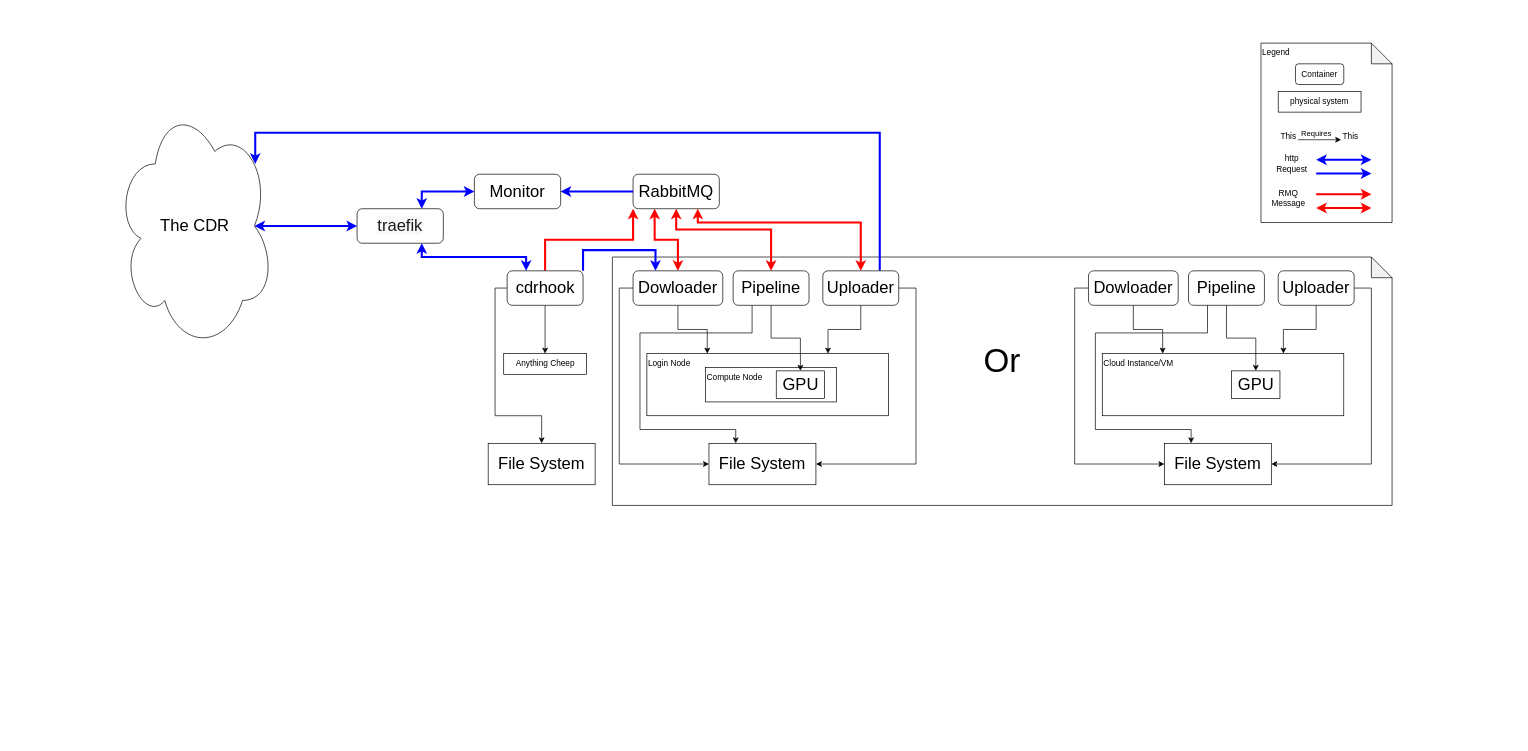
The draw.io diagram SystemDiagram.drawio in DARPA-CRITICALMAAS/uiuc-cdr, before the edit. Source tidied: cells renumbered, new cells numbered last; positions are measured from the earlier drawing's top-left corner, leaving out a move shared by most shapes. Both pictures are drawn from the tidied source at 69%, with x=0, y=0 at pixel (115, 43).
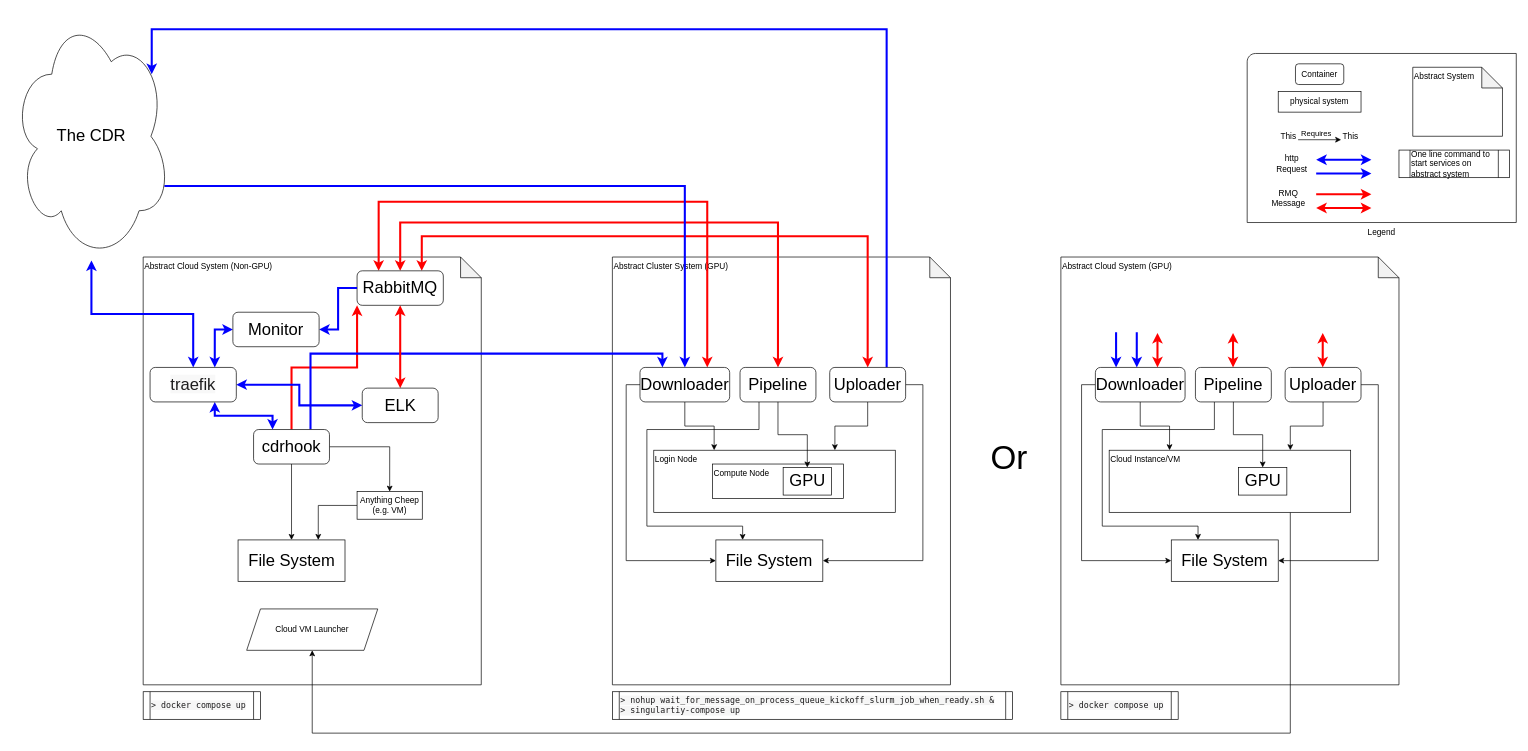
The same diagram, later.

Commit message:
adding ELK and oneliners

Change to the diagram source:
```diff
@@
+    <mxCell id="61" value="Legend" style="verticalLabelPosition=bottom;verticalAlign=top;html=1;shape=mxgraph.basic.corner_round_rect;dx=6;whiteSpace=wrap;" parent="1" vertex="1">
+      <mxGeometry x="1640" y="15" width="390" height="245" as="geometry" />
+    </mxCell>
+    <mxCell id="62" value="Abstract Cloud System (GPU)" style="shape=note;whiteSpace=wrap;html=1;backgroundOutline=1;darkOpacity=0.05;align=left;verticalAlign=top;" parent="1" vertex="1">
+      <mxGeometry x="1370" y="310" width="490" height="620" as="geometry" />
+    </mxCell>
+    <mxCell id="63" value="Abstract Cloud System (Non-GPU)" style="shape=note;whiteSpace=wrap;html=1;backgroundOutline=1;darkOpacity=0.05;verticalAlign=top;align=left;" parent="1" vertex="1">
+      <mxGeometry x="40" y="310" width="490" height="620" as="geometry" />
+    </mxCell>
-    <mxCell id="2" style="shape=note;whiteSpace=wrap;html=1;backgroundOutline=1;darkOpacity=0.05;" parent="1" vertex="1">
-      <mxGeometry x="720" y="310" width="1130" height="360" as="geometry" />
+    <mxCell id="2" value="Abstract Cluster System (GPU)" style="shape=note;whiteSpace=wrap;html=1;backgroundOutline=1;darkOpacity=0.05;align=left;verticalAlign=top;" parent="1" vertex="1">
+      <mxGeometry x="720" y="310" width="490" height="620" as="geometry" />
     </mxCell>
-    <mxCell id="3" value="Legend" style="shape=note;whiteSpace=wrap;html=1;backgroundOutline=1;darkOpacity=0.05;align=left;verticalAlign=top;" parent="1" vertex="1">
-      <mxGeometry x="1660" width="190" height="260" as="geometry" />
+    <mxCell id="3" value="Abstract System" style="shape=note;whiteSpace=wrap;html=1;backgroundOutline=1;darkOpacity=0.05;align=left;verticalAlign=top;" parent="1" vertex="1">
+      <mxGeometry x="1880" y="35" width="130" height="100" as="geometry" />
     </mxCell>
     <mxCell id="4" style="edgeStyle=orthogonalEdgeStyle;rounded=0;jettySize=auto;html=1;entryX=0.5;entryY=0;entryDx=0;entryDy=0;" parent="1" edge="1" source="8" target="23">
-      <mxGeometry relative="1" as="geometry">
-        <Array as="points">
-          <mxPoint x="550" y="355" />
-          <mxPoint x="550" y="540" />
-          <mxPoint x="618" y="540" />
-        </Array>
-      </mxGeometry>
+      <mxGeometry relative="1" as="geometry" />
     </mxCell>
@@
-    <mxCell id="7" style="edgeStyle=orthogonalEdgeStyle;rounded=0;jettySize=auto;html=1;entryX=0.25;entryY=0;entryDx=0;entryDy=0;strokeWidth=3;strokeColor=#0000FF;exitX=1;exitY=0;exitDx=0;exitDy=0;" parent="1" edge="1" source="8" target="12">
-      <mxGeometry relative="1" as="geometry">
-        <Array as="points">
-          <mxPoint x="678" y="300" />
-          <mxPoint x="783" y="300" />
-        </Array>
-      </mxGeometry>
+    <mxCell id="7" style="edgeStyle=orthogonalEdgeStyle;rounded=0;jettySize=auto;html=1;entryX=0.25;entryY=0;entryDx=0;entryDy=0;strokeWidth=3;strokeColor=#0000FF;exitX=0.75;exitY=0;exitDx=0;exitDy=0;" parent="1" edge="1" source="8" target="12">
+      <mxGeometry relative="1" as="geometry" />
     </mxCell>
     <mxCell id="8" value="cdrhook" style="rounded=1;whiteSpace=wrap;html=1;fontSize=24;" parent="1" vertex="1">
-      <mxGeometry x="567.5" y="330" width="110" height="50" as="geometry" />
+      <mxGeometry x="200" y="560" width="110" height="50" as="geometry" />
     </mxCell>
     <mxCell id="9" style="edgeStyle=orthogonalEdgeStyle;rounded=0;jettySize=auto;html=1;entryX=0;entryY=0.5;entryDx=0;entryDy=0;" parent="1" edge="1" source="12" target="22">
       <mxGeometry relative="1" as="geometry">
         <Array as="points">
-          <mxPoint x="730" y="355" />
-          <mxPoint x="730" y="610" />
+          <mxPoint x="740" y="495" />
+          <mxPoint x="740" y="750" />
         </Array>
       </mxGeometry>
     </mxCell>
@@
-    <mxCell id="11" style="edgeStyle=orthogonalEdgeStyle;rounded=0;jettySize=auto;html=1;entryX=0.25;entryY=1;entryDx=0;entryDy=0;startArrow=classic;startFill=1;strokeWidth=3;strokeColor=#FF0000;" parent="1" edge="1" source="12" target="21">
-      <mxGeometry relative="1" as="geometry" />
+    <mxCell id="11" style="edgeStyle=orthogonalEdgeStyle;rounded=0;jettySize=auto;html=1;entryX=0.25;entryY=0;entryDx=0;entryDy=0;startArrow=classic;startFill=1;strokeWidth=3;strokeColor=#FF0000;exitX=0.75;exitY=0;exitDx=0;exitDy=0;" parent="1" edge="1" source="12" target="21">
+      <mxGeometry relative="1" as="geometry">
+        <Array as="points">
+          <mxPoint x="858" y="230" />
+          <mxPoint x="381" y="230" />
+        </Array>
+      </mxGeometry>
     </mxCell>
-    <mxCell id="12" value="Dowloader" style="rounded=1;whiteSpace=wrap;html=1;fontSize=24;" parent="1" vertex="1">
-      <mxGeometry x="750" y="330" width="130" height="50" as="geometry" />
+    <mxCell id="12" value="Downloader" style="rounded=1;whiteSpace=wrap;html=1;fontSize=24;" parent="1" vertex="1">
+      <mxGeometry x="760" y="470" width="130" height="50" as="geometry" />
     </mxCell>
     <mxCell id="13" style="edgeStyle=orthogonalEdgeStyle;rounded=0;jettySize=auto;html=1;entryX=0.25;entryY=0;entryDx=0;entryDy=0;exitX=0.25;exitY=1;exitDx=0;exitDy=0;" parent="1" edge="1" source="15" target="22">
       <mxGeometry relative="1" as="geometry">
         <Array as="points">
-          <mxPoint x="923" y="420" />
-          <mxPoint x="760" y="420" />
-          <mxPoint x="760" y="560" />
-          <mxPoint x="899" y="560" />
+          <mxPoint x="933" y="560" />
+          <mxPoint x="770" y="560" />
+          <mxPoint x="770" y="700" />
+          <mxPoint x="909" y="700" />
         </Array>
       </mxGeometry>
     </mxCell>
-    <mxCell id="14" style="edgeStyle=orthogonalEdgeStyle;rounded=0;jettySize=auto;html=1;entryX=0.5;entryY=1;entryDx=0;entryDy=0;strokeColor=#FF0000;strokeWidth=3;startArrow=classic;startFill=1;" parent="1" edge="1" source="15" target="21">
+    <mxCell id="14" style="edgeStyle=orthogonalEdgeStyle;rounded=0;jettySize=auto;html=1;entryX=0.5;entryY=0;entryDx=0;entryDy=0;strokeColor=#FF0000;strokeWidth=3;startArrow=classic;startFill=1;exitX=0.5;exitY=0;exitDx=0;exitDy=0;" parent="1" edge="1" source="15" target="21">
       <mxGeometry relative="1" as="geometry">
         <Array as="points">
-          <mxPoint x="950" y="270" />
-          <mxPoint x="813" y="270" />
+          <mxPoint x="960" y="260" />
+          <mxPoint x="413" y="260" />
         </Array>
       </mxGeometry>
     </mxCell>
     <mxCell id="15" value="Pipeline" style="rounded=1;whiteSpace=wrap;html=1;fontSize=24;" parent="1" vertex="1">
-      <mxGeometry x="895" y="330" width="110" height="50" as="geometry" />
+      <mxGeometry x="905" y="470" width="110" height="50" as="geometry" />
     </mxCell>
     <mxCell id="16" style="edgeStyle=orthogonalEdgeStyle;rounded=0;jettySize=auto;html=1;entryX=1;entryY=0.5;entryDx=0;entryDy=0;" parent="1" edge="1" source="20" target="22">
       <mxGeometry relative="1" as="geometry">
         <Array as="points">
-          <mxPoint x="1160" y="355" />
-          <mxPoint x="1160" y="610" />
+          <mxPoint x="1170" y="495" />
+          <mxPoint x="1170" y="750" />
         </Array>
       </mxGeometry>
     </mxCell>
@@
-    <mxCell id="18" style="edgeStyle=orthogonalEdgeStyle;rounded=0;jettySize=auto;html=1;entryX=0.75;entryY=1;entryDx=0;entryDy=0;startArrow=classic;startFill=1;strokeColor=#FF0000;strokeWidth=3;" parent="1" edge="1" source="20" target="21">
+    <mxCell id="18" style="edgeStyle=orthogonalEdgeStyle;rounded=0;jettySize=auto;html=1;entryX=0.75;entryY=0;entryDx=0;entryDy=0;startArrow=classic;startFill=1;strokeColor=#FF0000;strokeWidth=3;exitX=0.5;exitY=0;exitDx=0;exitDy=0;" parent="1" edge="1" source="20" target="21">
       <mxGeometry relative="1" as="geometry">
         <Array as="points">
-          <mxPoint x="1080" y="260" />
-          <mxPoint x="844" y="260" />
+          <mxPoint x="1090" y="280" />
+          <mxPoint x="444" y="280" />
         </Array>
       </mxGeometry>
     </mxCell>
     <mxCell id="19" style="edgeStyle=orthogonalEdgeStyle;rounded=0;jettySize=auto;html=1;entryX=0.88;entryY=0.25;entryDx=0;entryDy=0;exitX=0.75;exitY=0;exitDx=0;exitDy=0;entryPerimeter=0;startArrow=none;startFill=0;strokeColor=#0000FF;strokeWidth=3;endArrow=classic;endFill=1;" parent="1" edge="1" source="20" target="60">
       <mxGeometry relative="1" as="geometry">
         <Array as="points">
-          <mxPoint x="1108" y="130" />
-          <mxPoint x="202" y="130" />
+          <mxPoint x="1118" y="-20" />
+          <mxPoint x="52" y="-20" />
         </Array>
       </mxGeometry>
     </mxCell>
     <mxCell id="20" value="Uploader" style="rounded=1;whiteSpace=wrap;html=1;fontSize=24;" parent="1" vertex="1">
-      <mxGeometry x="1025" y="330" width="110" height="50" as="geometry" />
+      <mxGeometry x="1035" y="470" width="110" height="50" as="geometry" />
     </mxCell>
+    <mxCell id="64" style="edgeStyle=orthogonalEdgeStyle;rounded=0;jettySize=auto;html=1;exitX=0.5;exitY=1;exitDx=0;exitDy=0;entryX=0.5;entryY=0;entryDx=0;entryDy=0;strokeWidth=3;strokeColor=#FF0000;startArrow=classic;startFill=1;" parent="1" edge="1" source="21" target="70">
+      <mxGeometry relative="1" as="geometry" />
+    </mxCell>
     <mxCell id="21" value="RabbitMQ" style="rounded=1;whiteSpace=wrap;html=1;fontSize=24;" parent="1" vertex="1">
-      <mxGeometry x="750" y="190" width="125" height="50" as="geometry" />
+      <mxGeometry x="350" y="330" width="125" height="50" as="geometry" />
     </mxCell>
     <mxCell id="22" value="File System" style="rounded=0;whiteSpace=wrap;html=1;fontSize=24;" parent="1" vertex="1">
-      <mxGeometry x="860" y="580" width="155" height="60" as="geometry" />
+      <mxGeometry x="870" y="720" width="155" height="60" as="geometry" />
     </mxCell>
     <mxCell id="23" value="File System" style="rounded=0;whiteSpace=wrap;html=1;fontSize=24;" parent="1" vertex="1">
-      <mxGeometry x="540" y="580" width="155" height="60" as="geometry" />
+      <mxGeometry x="177.5" y="720" width="155" height="60" as="geometry" />
     </mxCell>
@@
-    <mxCell id="28" style="edgeStyle=orthogonalEdgeStyle;rounded=0;jettySize=auto;html=1;startArrow=classic;startFill=1;strokeColor=#0000FF;strokeWidth=3;entryX=0.875;entryY=0.5;entryDx=0;entryDy=0;entryPerimeter=0;" parent="1" edge="1" source="29" target="60">
+    <mxCell id="28" style="edgeStyle=orthogonalEdgeStyle;rounded=0;jettySize=auto;html=1;startArrow=classic;startFill=1;strokeColor=#0000FF;strokeWidth=3;" parent="1" edge="1" source="29" target="60">
       <mxGeometry relative="1" as="geometry" />
     </mxCell>
+    <mxCell id="65" style="edgeStyle=orthogonalEdgeStyle;rounded=0;jettySize=auto;html=1;entryX=0;entryY=0.5;entryDx=0;entryDy=0;startArrow=classic;startFill=1;strokeColor=#0000FF;strokeWidth=3;" parent="1" edge="1" source="29" target="70">
+      <mxGeometry relative="1" as="geometry" />
+    </mxCell>
     <mxCell id="29" value="&lt;span style=&quot;color: rgb(29, 28, 29); font-family: Slack-Lato, Slack-Fractions, appleLogo, sans-serif; font-variant-ligatures: common-ligatures; orphans: 2; text-align: left; widows: 2; background-color: rgb(248, 248, 248); text-decoration-thickness: initial; text-decoration-style: initial; text-decoration-color: initial;&quot;&gt;&lt;font style=&quot;font-size: 24px;&quot;&gt;traefik&lt;/font&gt;&lt;/span&gt;" style="rounded=1;whiteSpace=wrap;html=1;fontSize=24;" parent="1" vertex="1">
-      <mxGeometry x="350" y="240" width="125" height="50" as="geometry" />
+      <mxGeometry x="50" y="470" width="125" height="50" as="geometry" />
     </mxCell>
@@
     <mxCell id="34" value="Login Node" style="rounded=0;whiteSpace=wrap;html=1;verticalAlign=top;align=left;" parent="1" vertex="1">
-      <mxGeometry x="770" y="450" width="350" height="90" as="geometry" />
+      <mxGeometry x="780" y="590" width="350" height="90" as="geometry" />
     </mxCell>
     <mxCell id="35" value="Compute Node" style="rounded=0;whiteSpace=wrap;html=1;verticalAlign=top;align=left;" parent="1" vertex="1">
-      <mxGeometry x="855" y="470" width="190" height="50" as="geometry" />
+      <mxGeometry x="865" y="610" width="190" height="50" as="geometry" />
     </mxCell>
     <mxCell id="36" value="GPU" style="rounded=0;whiteSpace=wrap;html=1;fontSize=24;" parent="1" vertex="1">
-      <mxGeometry x="957.5" y="475" width="70" height="40" as="geometry" />
+      <mxGeometry x="967.5" y="615" width="70" height="40" as="geometry" />
     </mxCell>
@@
+    <mxCell id="66" style="edgeStyle=orthogonalEdgeStyle;rounded=0;jettySize=auto;html=1;entryX=0.75;entryY=0;entryDx=0;entryDy=0;" parent="1" edge="1" source="38" target="23">
+      <mxGeometry relative="1" as="geometry" />
+    </mxCell>
-    <mxCell id="38" value="Anything Cheep" style="rounded=0;whiteSpace=wrap;html=1;" parent="1" vertex="1">
-      <mxGeometry x="562.5" y="450" width="120" height="30" as="geometry" />
+    <mxCell id="38" value="Anything Cheep (e.g. VM)" style="rounded=0;whiteSpace=wrap;html=1;" parent="1" vertex="1">
+      <mxGeometry x="350" y="650" width="94.5" height="40" as="geometry" />
     </mxCell>
     <mxCell id="39" value="Or" style="text;html=1;align=center;verticalAlign=middle;whiteSpace=wrap;rounded=0;fontSize=48;" parent="1" vertex="1">
-      <mxGeometry x="1255" y="445" width="60" height="30" as="geometry" />
+      <mxGeometry x="1265" y="585" width="60" height="30" as="geometry" />
     </mxCell>
     <mxCell id="40" style="edgeStyle=orthogonalEdgeStyle;rounded=0;jettySize=auto;html=1;entryX=0;entryY=0.5;entryDx=0;entryDy=0;" parent="1" edge="1" source="42" target="48">
       <mxGeometry relative="1" as="geometry">
         <Array as="points">
-          <mxPoint x="1390" y="355" />
-          <mxPoint x="1390" y="610" />
+          <mxPoint x="1400" y="495" />
+          <mxPoint x="1400" y="750" />
         </Array>
       </mxGeometry>
     </mxCell>
@@
-    <mxCell id="42" value="Dowloader" style="rounded=1;whiteSpace=wrap;html=1;fontSize=24;" parent="1" vertex="1">
-      <mxGeometry x="1410" y="330" width="130" height="50" as="geometry" />
+    <mxCell id="42" value="Downloader" style="rounded=1;whiteSpace=wrap;html=1;fontSize=24;" parent="1" vertex="1">
+      <mxGeometry x="1420" y="470" width="130" height="50" as="geometry" />
     </mxCell>
     <mxCell id="43" style="edgeStyle=orthogonalEdgeStyle;rounded=0;jettySize=auto;html=1;entryX=0.25;entryY=0;entryDx=0;entryDy=0;exitX=0.25;exitY=1;exitDx=0;exitDy=0;" parent="1" edge="1" source="44" target="48">
       <mxGeometry relative="1" as="geometry">
         <Array as="points">
-          <mxPoint x="1583" y="420" />
-          <mxPoint x="1420" y="420" />
-          <mxPoint x="1420" y="560" />
-          <mxPoint x="1559" y="560" />
+          <mxPoint x="1593" y="560" />
+          <mxPoint x="1430" y="560" />
+          <mxPoint x="1430" y="700" />
+          <mxPoint x="1569" y="700" />
         </Array>
       </mxGeometry>
     </mxCell>
     <mxCell id="44" value="Pipeline" style="rounded=1;whiteSpace=wrap;html=1;fontSize=24;" parent="1" vertex="1">
-      <mxGeometry x="1555" y="330" width="110" height="50" as="geometry" />
+      <mxGeometry x="1565" y="470" width="110" height="50" as="geometry" />
     </mxCell>
     <mxCell id="45" style="edgeStyle=orthogonalEdgeStyle;rounded=0;jettySize=auto;html=1;entryX=1;entryY=0.5;entryDx=0;entryDy=0;" parent="1" edge="1" source="47" target="48">
       <mxGeometry relative="1" as="geometry">
         <Array as="points">
-          <mxPoint x="1820" y="355" />
-          <mxPoint x="1820" y="610" />
+          <mxPoint x="1830" y="495" />
+          <mxPoint x="1830" y="750" />
         </Array>
       </mxGeometry>
     </mxCell>
@@
     <mxCell id="47" value="Uploader" style="rounded=1;whiteSpace=wrap;html=1;fontSize=24;" parent="1" vertex="1">
-      <mxGeometry x="1685" y="330" width="110" height="50" as="geometry" />
+      <mxGeometry x="1695" y="470" width="110" height="50" as="geometry" />
     </mxCell>
     <mxCell id="48" value="File System" style="rounded=0;whiteSpace=wrap;html=1;fontSize=24;" parent="1" vertex="1">
-      <mxGeometry x="1520" y="580" width="155" height="60" as="geometry" />
+      <mxGeometry x="1530" y="720" width="155" height="60" as="geometry" />
     </mxCell>
+    <mxCell id="67" style="edgeStyle=orthogonalEdgeStyle;rounded=0;jettySize=auto;html=1;exitX=0.75;exitY=1;exitDx=0;exitDy=0;entryX=0.5;entryY=1;entryDx=0;entryDy=0;" parent="1" edge="1" source="49" target="69">
+      <mxGeometry relative="1" as="geometry">
+        <Array as="points">
+          <mxPoint x="1703" y="1000" />
+          <mxPoint x="285" y="1000" />
+        </Array>
+      </mxGeometry>
+    </mxCell>
     <mxCell id="49" value="Cloud Instance/VM" style="rounded=0;whiteSpace=wrap;html=1;verticalAlign=top;align=left;" parent="1" vertex="1">
-      <mxGeometry x="1430" y="450" width="350" height="90" as="geometry" />
+      <mxGeometry x="1440" y="590" width="350" height="90" as="geometry" />
     </mxCell>
     <mxCell id="50" value="GPU" style="rounded=0;whiteSpace=wrap;html=1;fontSize=24;" parent="1" vertex="1">
-      <mxGeometry x="1617.5" y="475" width="70" height="40" as="geometry" />
+      <mxGeometry x="1627.5" y="615" width="70" height="40" as="geometry" />
     </mxCell>
@@
     <mxCell id="59" value="Monitor" style="rounded=1;whiteSpace=wrap;html=1;fontSize=24;" parent="1" vertex="1">
-      <mxGeometry x="520" y="190" width="125" height="50" as="geometry" />
+      <mxGeometry x="170" y="390" width="125" height="50" as="geometry" />
     </mxCell>
+    <mxCell id="68" style="edgeStyle=orthogonalEdgeStyle;rounded=0;jettySize=auto;html=1;exitX=0.96;exitY=0.7;exitDx=0;exitDy=0;exitPerimeter=0;entryX=0.5;entryY=0;entryDx=0;entryDy=0;strokeWidth=3;strokeColor=#0000FF;" parent="1" edge="1" source="60" target="12">
+      <mxGeometry relative="1" as="geometry" />
+    </mxCell>
     <mxCell id="60" value="The CDR" style="ellipse;shape=cloud;whiteSpace=wrap;html=1;fontSize=24;" parent="1" vertex="1">
-      <mxGeometry y="85" width="230" height="360" as="geometry" />
+      <mxGeometry x="-150" y="-45" width="230" height="360" as="geometry" />
     </mxCell>
+    <mxCell id="69" value="Cloud VM Launcher" style="shape=parallelogram;perimeter=parallelogramPerimeter;whiteSpace=wrap;html=1;fixedSize=1;" parent="1" vertex="1">
+      <mxGeometry x="190" y="820" width="190" height="60" as="geometry" />
+    </mxCell>
+    <mxCell id="70" value="ELK" style="rounded=1;whiteSpace=wrap;html=1;fontSize=24;" parent="1" vertex="1">
+      <mxGeometry x="357.5" y="500" width="110" height="50" as="geometry" />
+    </mxCell>
+    <mxCell id="71" style="endArrow=classic;html=1;rounded=0;strokeWidth=3;strokeColor=#0000FF;" parent="1" edge="1">
+      <mxGeometry relative="1" as="geometry">
+        <mxPoint x="1450" y="419" as="sourcePoint" />
+        <mxPoint x="1450" y="470" as="targetPoint" />
+      </mxGeometry>
+    </mxCell>
+    <mxCell id="72" style="endArrow=classic;html=1;rounded=0;strokeWidth=3;strokeColor=#0000FF;" parent="1" edge="1">
+      <mxGeometry relative="1" as="geometry">
+        <mxPoint x="1480" y="419" as="sourcePoint" />
+        <mxPoint x="1480" y="470" as="targetPoint" />
+      </mxGeometry>
+    </mxCell>
+    <mxCell id="73" style="endArrow=classic;html=1;rounded=0;strokeWidth=3;strokeColor=#FF0000;startArrow=classic;startFill=1;" parent="1" edge="1">
+      <mxGeometry relative="1" as="geometry">
+        <mxPoint x="1510" y="420" as="sourcePoint" />
+        <mxPoint x="1510" y="470" as="targetPoint" />
+      </mxGeometry>
+    </mxCell>
+    <mxCell id="74" style="endArrow=classic;html=1;rounded=0;strokeWidth=3;strokeColor=#FF0000;startArrow=classic;startFill=1;" parent="1" edge="1">
+      <mxGeometry relative="1" as="geometry">
+        <mxPoint x="1619.5" y="420" as="sourcePoint" />
+        <mxPoint x="1619.5" y="470" as="targetPoint" />
+      </mxGeometry>
+    </mxCell>
+    <mxCell id="75" style="endArrow=classic;html=1;rounded=0;strokeWidth=3;strokeColor=#FF0000;startArrow=classic;startFill=1;" parent="1" edge="1">
+      <mxGeometry relative="1" as="geometry">
+        <mxPoint x="1749.5" y="420" as="sourcePoint" />
+        <mxPoint x="1749.5" y="470" as="targetPoint" />
+      </mxGeometry>
+    </mxCell>
+    <mxCell id="76" value="One line command to start services on abstract system" style="shape=process;whiteSpace=wrap;html=1;backgroundOutline=1;align=left;" parent="1" vertex="1">
+      <mxGeometry x="1860" y="155" width="160" height="40" as="geometry" />
+    </mxCell>
+    <mxCell id="77" value="&lt;span style=&quot;color: rgb(29, 28, 29); font-family: Monaco, Menlo, Consolas, &amp;quot;Courier New&amp;quot;, monospace; font-variant-ligatures: none; white-space-collapse: preserve; background-color: rgba(29, 28, 29, 0.04);&quot;&gt;&amp;gt; nohup wait_for_message_on_process_queue_kickoff_slurm_job_when_ready.sh &amp;amp;&lt;br&gt;&amp;gt; singulartiy-compose up&lt;/span&gt;" style="shape=process;whiteSpace=wrap;html=1;backgroundOutline=1;align=left;size=0.017241379310344827;" parent="1" vertex="1">
+      <mxGeometry x="720" y="940" width="580" height="40" as="geometry" />
+    </mxCell>
+    <mxCell id="78" value="&lt;span style=&quot;color: rgb(29, 28, 29); font-family: Monaco, Menlo, Consolas, &amp;quot;Courier New&amp;quot;, monospace; font-variant-ligatures: none; white-space-collapse: preserve; background-color: rgba(29, 28, 29, 0.04);&quot;&gt;&amp;gt; docker compose up&lt;/span&gt;" style="shape=process;whiteSpace=wrap;html=1;backgroundOutline=1;align=left;size=0.058823529411764705;" parent="1" vertex="1">
+      <mxGeometry x="40" y="940" width="170" height="40" as="geometry" />
+    </mxCell>
+    <mxCell id="79" value="&lt;span style=&quot;color: rgb(29, 28, 29); font-family: Monaco, Menlo, Consolas, &amp;quot;Courier New&amp;quot;, monospace; font-variant-ligatures: none; white-space-collapse: preserve; background-color: rgba(29, 28, 29, 0.04);&quot;&gt;&amp;gt; docker compose up&lt;/span&gt;" style="shape=process;whiteSpace=wrap;html=1;backgroundOutline=1;align=left;size=0.058823529411764705;" parent="1" vertex="1">
+      <mxGeometry x="1370" y="940" width="170" height="40" as="geometry" />
+    </mxCell>
```
